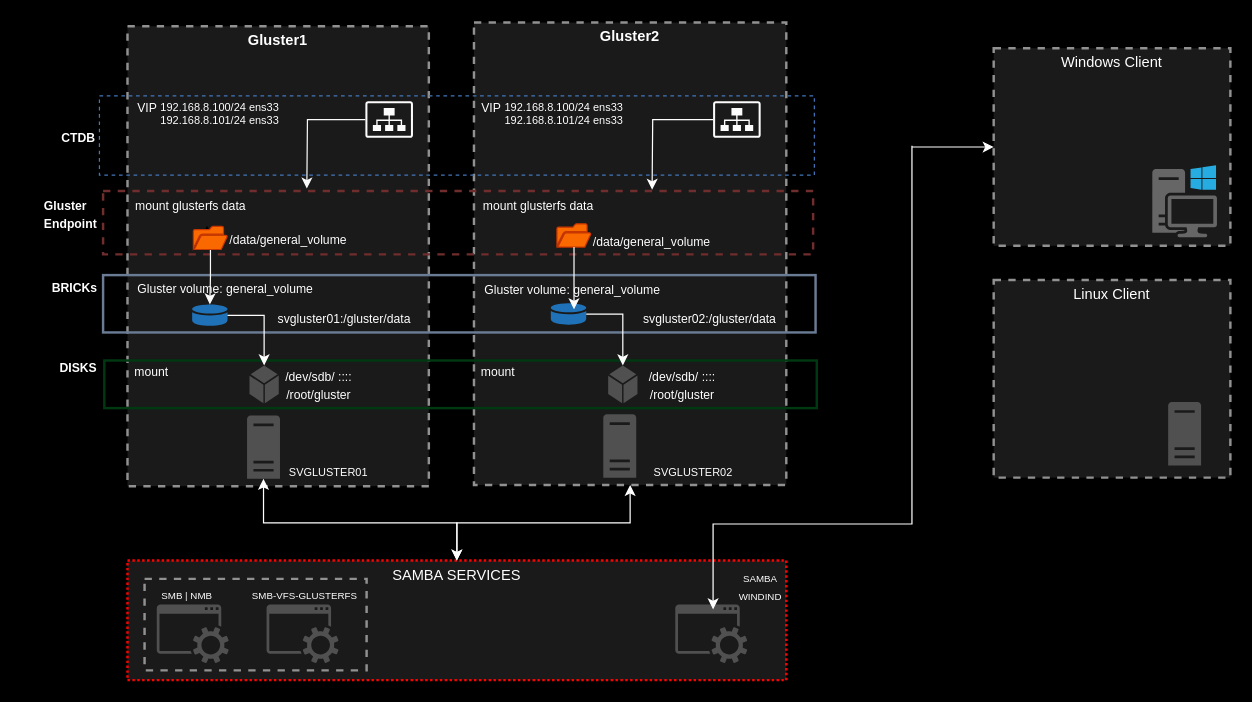
The draw.io diagram GlusterFS/glusterFS.drawio in Josemyr1993/glusterFS, before the edit. Source tidied: cells renumbered, new cells numbered last; positions are measured from the earlier drawing's top-left corner, leaving out a move shared by most shapes. Both pictures are drawn from the tidied source at 122%, with x=0, y=0 at pixel (21, 22).
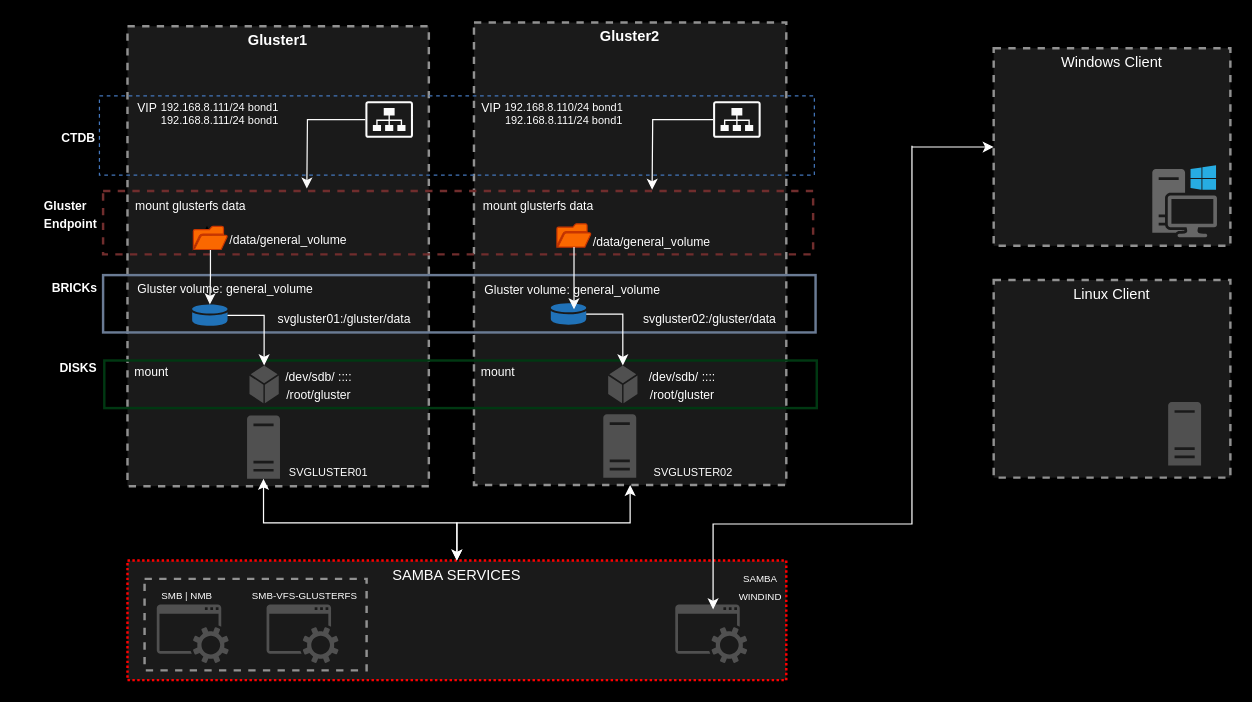
Above is the later version.

The change refers to these unchanged cells:
```xml
<mxCell id="46" style="fontStyle=0;verticalAlign=top;align=center;spacingTop=-2;fillColor=none;rounded=0;whiteSpace=wrap;html=1;strokeColor=#4376BB;strokeWidth=1;dashed=1;" parent="1" vertex="1">
  <mxGeometry x="64" y="60" width="586" height="65" as="geometry" />
</mxCell>
```

Diff of the diagram source:
```diff
@@
-    <mxCell id="49" value="&lt;font style=&quot;font-size: 9px;&quot; color=&quot;#ffffff&quot;&gt;&lt;div&gt;192.168.8.100/24 ens33&lt;/div&gt;&lt;div&gt;192.168.8.101/24 ens33&lt;/div&gt;&lt;/font&gt;" style="text;html=1;strokeColor=none;fillColor=none;align=center;verticalAlign=middle;whiteSpace=wrap;rounded=0;" parent="46" vertex="1">
+    <mxCell id="49" value="&lt;font style=&quot;font-size: 9px;&quot; color=&quot;#ffffff&quot;&gt;&lt;div&gt;192.168.8.111/24 bond1&lt;/div&gt;&lt;div&gt;192.168.8.111/24 bond1&lt;/div&gt;&lt;/font&gt;" style="text;html=1;strokeColor=none;fillColor=none;align=center;verticalAlign=middle;whiteSpace=wrap;rounded=0;" parent="46" vertex="1">
       <mxGeometry x="38" width="122" height="30" as="geometry" />
     </mxCell>
-    <mxCell id="50" value="&lt;font style=&quot;font-size: 9px;&quot; color=&quot;#ffffff&quot;&gt;&lt;div&gt;192.168.8.100/24 ens33&lt;/div&gt;&lt;div&gt;192.168.8.101/24 ens33&lt;/div&gt;&lt;/font&gt;" style="text;html=1;strokeColor=none;fillColor=none;align=center;verticalAlign=middle;whiteSpace=wrap;rounded=0;" parent="46" vertex="1">
+    <mxCell id="50" value="&lt;font style=&quot;font-size: 9px;&quot; color=&quot;#ffffff&quot;&gt;&lt;div&gt;192.168.8.110/24 bond1&lt;/div&gt;&lt;div&gt;192.168.8.111/24 bond1&lt;/div&gt;&lt;/font&gt;" style="text;html=1;strokeColor=none;fillColor=none;align=center;verticalAlign=middle;whiteSpace=wrap;rounded=0;" parent="46" vertex="1">
       <mxGeometry x="320" width="122" height="30" as="geometry" />
     </mxCell>
```
